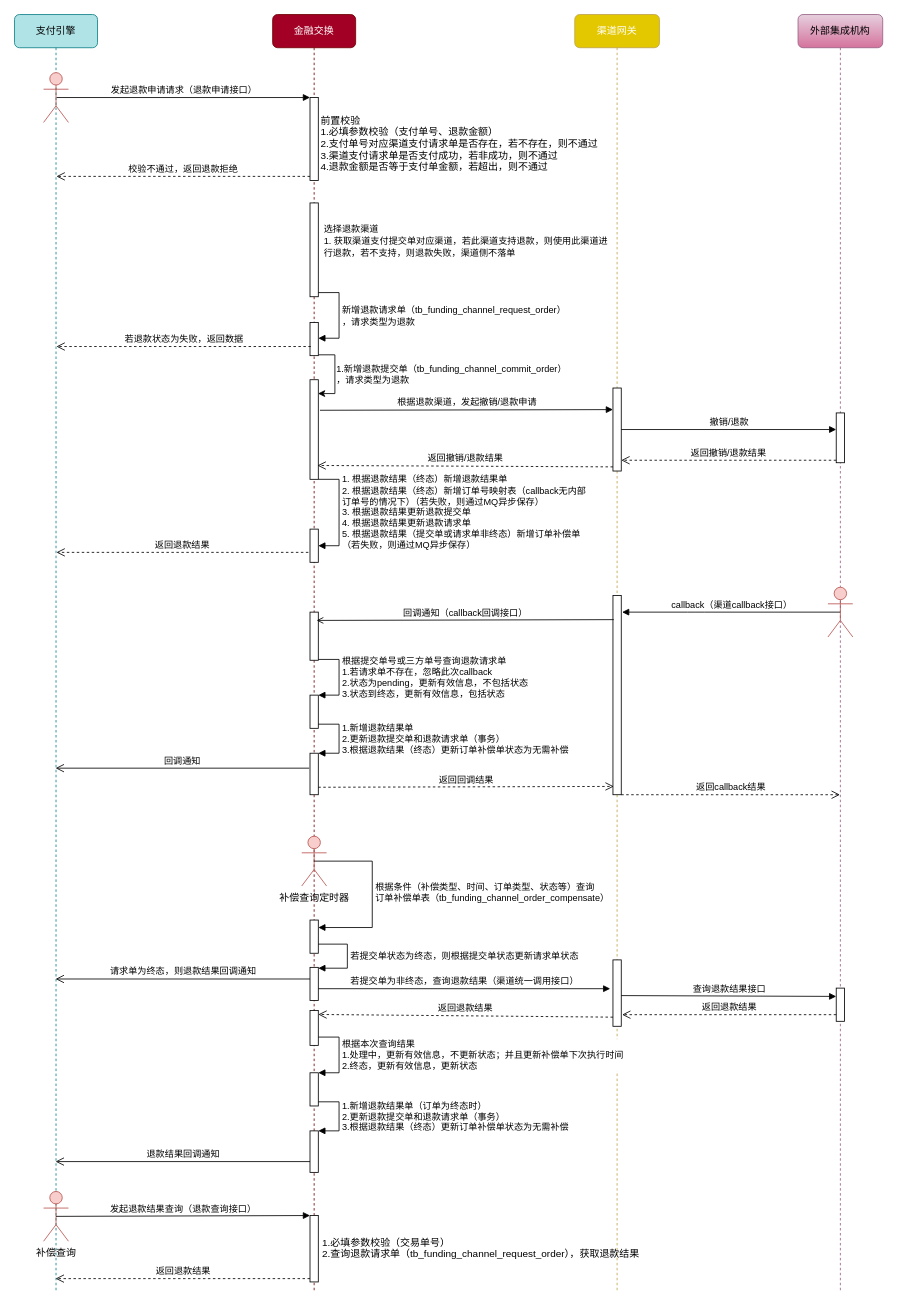
This is page "退款流程" (4 of 10) of 渠道时序图v2.drawio from CatFei666/drawio_gallery, a draw.io file, before an edit. Source tidied: cells renumbered, new cells numbered last; positions are measured from the earlier drawing's top-left corner, leaving out a move shared by most shapes. Both pictures are drawn from the tidied source at 83%, with x=0, y=0 at pixel (14, 14).
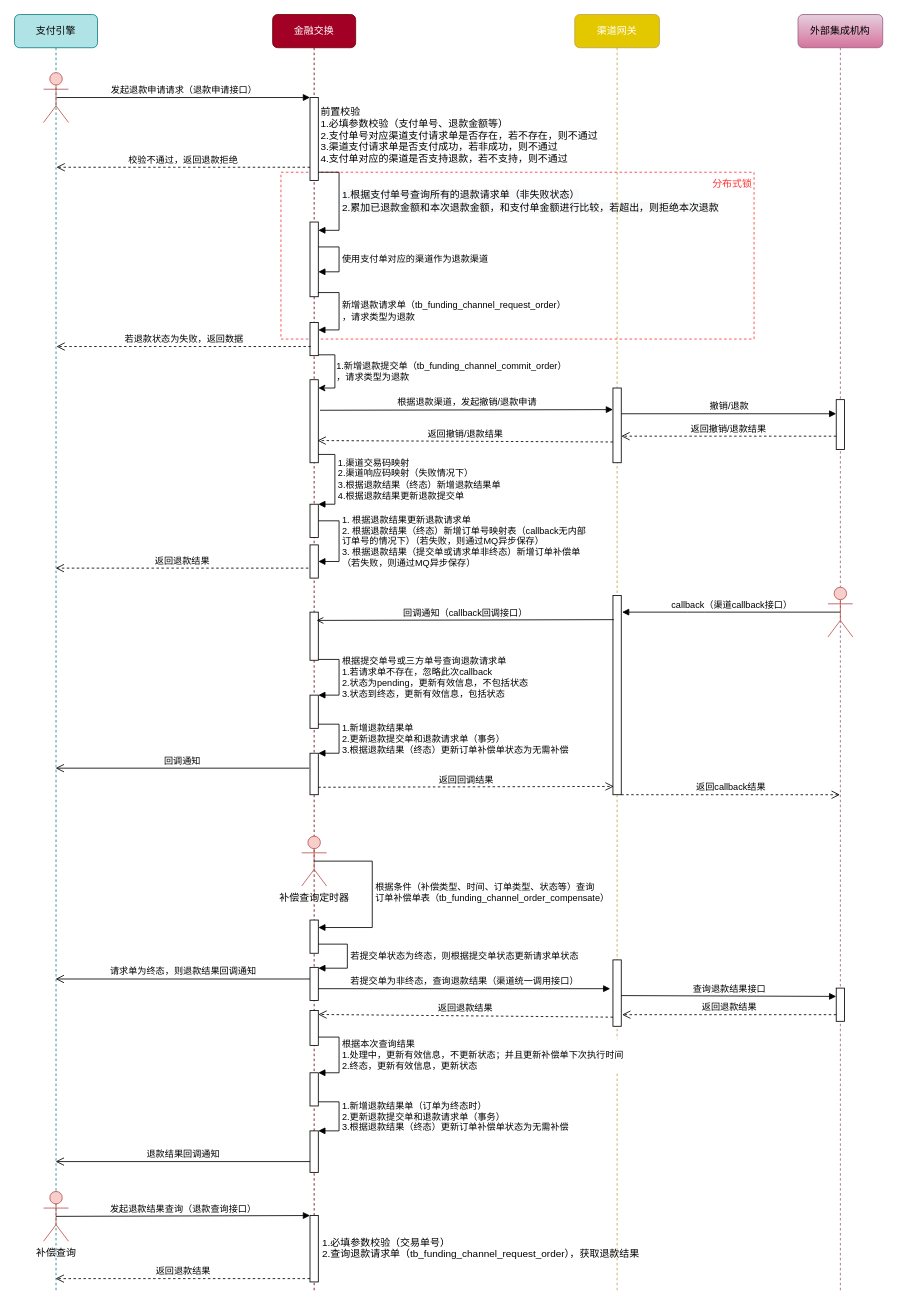
Above is the later version.

The change refers to these unchanged cells:
```xml
<mxCell id="2" value="金融交换" style="shape=umlLifeline;perimeter=lifelinePerimeter;whiteSpace=wrap;html=1;rounded=1;shadow=0;glass=0;comic=0;sketch=0;strokeWidth=1;fontFamily=Verdana;fillColor=#a20025;strokeColor=#6F0000;fontColor=#ffffff;" parent="1" vertex="1">
  <mxGeometry x="311" width="100" height="1540" as="geometry" />
</mxCell>
<mxCell id="3" style="html=1;points=[];perimeter=orthogonalPerimeter;strokeWidth=1;fillColor=#FFFFFF;" parent="2" vertex="1">
  <mxGeometry x="45" y="100" width="10" height="100" as="geometry" />
</mxCell>
<mxCell id="6" style="html=1;points=[];perimeter=orthogonalPerimeter;strokeWidth=1;fillColor=#FFFFFF;align=left;" parent="2" vertex="1">
  <mxGeometry x="45" y="371" width="10" height="40" as="geometry" />
</mxCell>
<mxCell id="12" value="渠道网关" style="shape=umlLifeline;perimeter=lifelinePerimeter;whiteSpace=wrap;html=1;rounded=1;shadow=0;glass=0;comic=0;sketch=0;strokeWidth=1;fontFamily=Verdana;fillColor=#e3c800;fontColor=#ffffff;strokeColor=#BFA34D;" parent="1" vertex="1">
  <mxGeometry x="675" width="102" height="1540" as="geometry" />
</mxCell>
<mxCell id="14" value="外部集成机构" style="shape=umlLifeline;perimeter=lifelinePerimeter;whiteSpace=wrap;html=1;rounded=1;shadow=0;glass=0;comic=0;sketch=0;strokeWidth=1;fontFamily=Verdana;gradientColor=#d5739d;fillColor=#e6d0de;strokeColor=#996185;" parent="1" vertex="1">
  <mxGeometry x="944" width="102" height="1540" as="geometry" />
</mxCell>
<mxCell id="26" value="支付引擎" style="shape=umlLifeline;perimeter=lifelinePerimeter;whiteSpace=wrap;html=1;outlineConnect=0;rounded=1;shadow=0;glass=0;comic=0;sketch=0;strokeWidth=1;fontFamily=Verdana;fillColor=#b0e3e6;strokeColor=#0e8088;" parent="1" vertex="1">
  <mxGeometry width="100" height="1540" as="geometry" />
</mxCell>
```

Diff of the diagram source:
```diff
@@
+    <mxCell id="62" value="&lt;font color=&quot;#ff3333&quot;&gt;分布式锁&lt;/font&gt;" style="rounded=0;whiteSpace=wrap;html=1;dashed=1;verticalAlign=top;align=right;strokeColor=#FF3333;" parent="1" vertex="1">
+      <mxGeometry x="321" y="190" width="570" height="201" as="geometry" />
+    </mxCell>
@@
     <mxCell id="4" style="html=1;points=[];perimeter=orthogonalPerimeter;strokeWidth=1;fillColor=#FFFFFF;align=left;" parent="2" vertex="1">
-      <mxGeometry x="45" y="227" width="10" height="113" as="geometry" />
+      <mxGeometry x="45" y="250" width="10" height="90" as="geometry" />
     </mxCell>
-    <mxCell id="5" value="1.新增退款提交单（tb_funding_channel_commit_order）&lt;br&gt;，请求类型为退款" style="edgeStyle=orthogonalEdgeStyle;rounded=0;jettySize=auto;html=1;entryX=0.967;entryY=0.139;entryDx=0;entryDy=0;entryPerimeter=0;align=left;" parent="2" edge="1" source="6" target="8">
+    <mxCell id="5" value="1.新增退款提交单（tb_funding_channel_commit_order）&lt;br&gt;，请求类型为退款" style="edgeStyle=orthogonalEdgeStyle;rounded=0;jettySize=auto;html=1;align=left;" parent="2" edge="1" source="6" target="8">
       <mxGeometry relative="1" as="geometry">
         <Array as="points">
           <mxPoint x="75" y="410" />
-          <mxPoint x="75" y="457" />
+          <mxPoint x="75" y="450" />
         </Array>
       </mxGeometry>
     </mxCell>
@@
-    <mxCell id="7" value="&lt;span style=&quot;font-family: &amp;#34;helvetica&amp;#34;&quot;&gt;新增退款请求单（tb_funding_channel_request_order）&lt;br&gt;，请求类型为退款&lt;/span&gt;" style="edgeStyle=orthogonalEdgeStyle;html=1;align=left;spacingLeft=2;endArrow=block;rounded=0;exitX=1;exitY=0.956;exitDx=0;exitDy=0;exitPerimeter=0;entryX=1;entryY=0.475;entryDx=0;entryDy=0;entryPerimeter=0;" parent="2" edge="1" source="4" target="6">
+    <mxCell id="7" value="&lt;span style=&quot;font-family: &amp;#34;helvetica&amp;#34;&quot;&gt;新增退款请求单（tb_funding_channel_request_order）&lt;br&gt;，请求类型为退款&lt;/span&gt;" style="edgeStyle=orthogonalEdgeStyle;html=1;align=left;spacingLeft=2;endArrow=block;rounded=0;exitX=1;exitY=0.956;exitDx=0;exitDy=0;exitPerimeter=0;" parent="2" edge="1" source="4" target="6">
       <mxGeometry relative="1" as="geometry">
         <Array as="points">
+          <mxPoint x="55" y="335" />
           <mxPoint x="80" y="335" />
-          <mxPoint x="80" y="390" />
+          <mxPoint x="80" y="380" />
         </Array>
       </mxGeometry>
     </mxCell>
     <mxCell id="8" style="html=1;points=[];perimeter=orthogonalPerimeter;strokeWidth=1;fillColor=#FFFFFF;align=left;" parent="2" vertex="1">
-      <mxGeometry x="45" y="440" width="10" height="120" as="geometry" />
+      <mxGeometry x="45" y="440" width="10" height="100" as="geometry" />
     </mxCell>
     <mxCell id="9" style="html=1;points=[];perimeter=orthogonalPerimeter;" parent="2" vertex="1">
-      <mxGeometry x="45" y="620" width="10" height="40" as="geometry" />
+      <mxGeometry x="45" y="639" width="10" height="40" as="geometry" />
     </mxCell>
-    <mxCell id="10" value="1. 根据退款结果（终态）新增退款结果单&lt;br&gt;2. 根据退款结果（终态）新增订单号映射表（callback无内部&lt;br&gt;订单号的情况下）（若失败，则通过MQ异步保存）&lt;br&gt;3. 根据退款结果更新退款提交单&lt;br&gt;4. 根据退款结果更新退款请求单&lt;br&gt;5. 根据退款结果（提交单或请求单非终态）新增订单补偿单&lt;br&gt;（若失败，则通过MQ异步保存）" style="edgeStyle=orthogonalEdgeStyle;html=1;align=left;spacingLeft=2;endArrow=block;rounded=0;" parent="2" edge="1" target="9">
+    <mxCell id="10" value="1. 根据退款结果更新退款请求单&lt;br&gt;2. 根据退款结果（终态）新增订单号映射表（callback无内部&lt;br&gt;订单号的情况下）（若失败，则通过MQ异步保存）&lt;br&gt;3. 根据退款结果（提交单或请求单非终态）新增订单补偿单&lt;br&gt;（若失败，则通过MQ异步保存）" style="edgeStyle=orthogonalEdgeStyle;html=1;align=left;spacingLeft=2;endArrow=block;rounded=0;" parent="2" edge="1" source="65" target="9">
       <mxGeometry relative="1" as="geometry">
-        <mxPoint x="55" y="560" as="sourcePoint" />
         <Array as="points">
-          <mxPoint x="80" y="560" />
-          <mxPoint x="80" y="640" />
+          <mxPoint x="80" y="610" />
+          <mxPoint x="80" y="659" />
         </Array>
       </mxGeometry>
     </mxCell>
@@
+    <mxCell id="63" value="&lt;span style=&quot;font-size: 12px ; background-color: rgb(248 , 249 , 250)&quot;&gt;1.根据支付单号查询所有的退款请求单（非失败状态）&lt;br&gt;2.累加已退款金额和本次退款金额，和支付单金额进行比较，若超出，则拒绝本次退款&lt;/span&gt;" style="edgeStyle=orthogonalEdgeStyle;html=1;align=left;spacingLeft=2;endArrow=block;rounded=0;" parent="2" edge="1" source="3" target="4">
+      <mxGeometry relative="1" as="geometry">
+        <Array as="points">
+          <mxPoint x="80" y="190" />
+          <mxPoint x="80" y="260" />
+        </Array>
+      </mxGeometry>
+    </mxCell>
+    <mxCell id="64" value="&lt;font face=&quot;helvetica&quot;&gt;使用支付单对应的渠道作为退款渠道&lt;/font&gt;" style="edgeStyle=orthogonalEdgeStyle;html=1;align=left;spacingLeft=2;endArrow=block;rounded=0;" parent="2" edge="1" source="4" target="4">
+      <mxGeometry relative="1" as="geometry">
+        <Array as="points">
+          <mxPoint x="80" y="280" />
+          <mxPoint x="80" y="310" />
+        </Array>
+      </mxGeometry>
+    </mxCell>
+    <mxCell id="65" style="html=1;points=[];perimeter=orthogonalPerimeter;fontColor=#000000;strokeColor=#000000;align=center;verticalAlign=middle;" parent="2" vertex="1">
+      <mxGeometry x="45" y="590" width="10" height="40" as="geometry" />
+    </mxCell>
+    <mxCell id="66" value="1.渠道交易码映射&lt;br&gt;2.渠道响应码映射（失败情况下）&lt;br&gt;3.根据退款结果（终态）新增退款结果单&lt;br&gt;4.根据退款结果更新退款提交单" style="edgeStyle=orthogonalEdgeStyle;html=1;align=left;spacingLeft=2;endArrow=block;rounded=0;entryX=1;entryY=0;fontColor=#000000;" parent="2" edge="1" source="8" target="65">
+      <mxGeometry relative="1" as="geometry">
+        <Array as="points">
+          <mxPoint x="75" y="530" />
+          <mxPoint x="75" y="590" />
+        </Array>
+      </mxGeometry>
+    </mxCell>
@@
     <mxCell id="13" style="html=1;points=[];perimeter=orthogonalPerimeter;strokeWidth=1;fillColor=#FFFFFF;align=left;" parent="12" vertex="1">
-      <mxGeometry x="46" y="450" width="10" height="100" as="geometry" />
+      <mxGeometry x="46" y="450" width="10" height="90" as="geometry" />
     </mxCell>
@@
     <mxCell id="15" style="html=1;points=[];perimeter=orthogonalPerimeter;strokeWidth=1;fillColor=#FFFFFF;align=left;" parent="14" vertex="1">
-      <mxGeometry x="46" y="480" width="10" height="60" as="geometry" />
+      <mxGeometry x="46" y="464" width="10" height="60" as="geometry" />
     </mxCell>
@@
-    <mxCell id="17" value="校验不通过，返回退款拒绝" style="html=1;verticalAlign=bottom;endArrow=open;dashed=1;endSize=8;exitX=0;exitY=0.95;" parent="1" edge="1" source="3">
+    <mxCell id="17" value="校验不通过，返回退款拒绝" style="html=1;verticalAlign=bottom;endArrow=open;dashed=1;endSize=8;exitX=0;exitY=0.95;" parent="1" edge="1">
       <mxGeometry relative="1" as="geometry">
-        <mxPoint x="50.5" y="195" as="targetPoint" />
+        <mxPoint x="356" y="184" as="sourcePoint" />
+        <mxPoint x="50.5" y="184" as="targetPoint" />
       </mxGeometry>
     </mxCell>
-    <mxCell id="18" value="前置校验&#10;1.必填参数校验（支付单号、退款金额）&#10;2.支付单号对应渠道支付请求单是否存在，若不存在，则不通过&#10;3.渠道支付请求单是否支付成功，若非成功，则不通过&#10;4.退款金额是否等于支付单金额，若超出，则不通过" style="text;align=left;fontStyle=0;verticalAlign=middle;spacingLeft=3;spacingRight=3;strokeColor=none;" parent="1" vertex="1">
-      <mxGeometry x="364" y="120" width="220" height="70" as="geometry" />
+    <mxCell id="18" value="前置校验&#10;1.必填参数校验（支付单号、退款金额等）&#10;2.支付单号对应渠道支付请求单是否存在，若不存在，则不通过&#10;3.渠道支付请求单是否支付成功，若非成功，则不通过&#10;4.支付单对应的渠道是否支持退款，若不支持，则不通过" style="text;align=left;fontStyle=0;verticalAlign=middle;spacingLeft=3;spacingRight=3;strokeColor=none;" parent="1" vertex="1">
+      <mxGeometry x="364" y="110" width="220" height="70" as="geometry" />
     </mxCell>
@@
-    <mxCell id="20" value="返回撤销/退款结果" style="html=1;verticalAlign=bottom;endArrow=open;dashed=1;endSize=8;exitX=0;exitY=0.95;entryX=0.9;entryY=0.861;entryDx=0;entryDy=0;entryPerimeter=0;" parent="1" edge="1" source="13" target="8">
-      <mxGeometry relative="1" as="geometry" />
+    <mxCell id="20" value="返回撤销/退款结果" style="html=1;verticalAlign=bottom;endArrow=open;dashed=1;endSize=8;exitX=0;exitY=0.95;entryX=0.9;entryY=0.861;entryDx=0;entryDy=0;entryPerimeter=0;" parent="1" edge="1">
+      <mxGeometry relative="1" as="geometry">
+        <mxPoint x="721" y="515" as="sourcePoint" />
+        <mxPoint x="365" y="513.3" as="targetPoint" />
+      </mxGeometry>
     </mxCell>
-    <mxCell id="21" value="&lt;span style=&quot;font-family: &amp;#34;helvetica&amp;#34; ; font-size: 11px ; font-style: normal ; font-weight: 400 ; letter-spacing: normal ; text-align: left ; text-indent: 0px ; text-transform: none ; word-spacing: 0px ; background-color: rgb(255 , 255 , 255) ; display: inline ; float: none&quot;&gt;选择退款渠道&lt;br&gt;1. 获取渠道支付提交单对应渠道，若此渠道支持退款，则使用此渠道进行退款，若不支持，则退款失败，渠道侧不落单&lt;br&gt;&lt;br&gt;&lt;/span&gt;" style="text;whiteSpace=wrap;html=1;" parent="1" vertex="1">
-      <mxGeometry x="371" y="245" width="350" height="73" as="geometry" />
-    </mxCell>
@@
     <mxCell id="23" value="撤销/退款" style="html=1;verticalAlign=bottom;endArrow=block;entryX=0;entryY=0;" parent="1" edge="1">
       <mxGeometry relative="1" as="geometry">
-        <mxPoint x="731" y="500" as="sourcePoint" />
-        <mxPoint x="990" y="500" as="targetPoint" />
+        <mxPoint x="731" y="481" as="sourcePoint" />
+        <mxPoint x="990" y="481" as="targetPoint" />
       </mxGeometry>
     </mxCell>
-    <mxCell id="24" value="返回撤销/退款结果" style="html=1;verticalAlign=bottom;endArrow=open;dashed=1;endSize=8;exitX=0;exitY=0.95;" parent="1" edge="1" source="15" target="13">
-      <mxGeometry relative="1" as="geometry" />
+    <mxCell id="24" value="返回撤销/退款结果" style="html=1;verticalAlign=bottom;endArrow=open;dashed=1;endSize=8;exitX=0;exitY=0.95;" parent="1" edge="1">
+      <mxGeometry relative="1" as="geometry">
+        <mxPoint x="990" y="508" as="sourcePoint" />
+        <mxPoint x="731" y="508" as="targetPoint" />
+      </mxGeometry>
     </mxCell>
-    <mxCell id="25" value="返回退款结果" style="html=1;verticalAlign=bottom;endArrow=open;dashed=1;endSize=8;exitX=-0.2;exitY=0.7;exitDx=0;exitDy=0;exitPerimeter=0;" parent="1" edge="1" source="9">
-      <mxGeometry relative="1" as="geometry">
-        <mxPoint x="50.5" y="648" as="targetPoint" />
-      </mxGeometry>
+    <mxCell id="25" value="返回退款结果" style="html=1;verticalAlign=bottom;endArrow=open;dashed=1;endSize=8;exitX=-0.2;exitY=0.7;exitDx=0;exitDy=0;exitPerimeter=0;" parent="1" edge="1" source="9" target="26">
+      <mxGeometry relative="1" as="geometry" />
     </mxCell>
```
